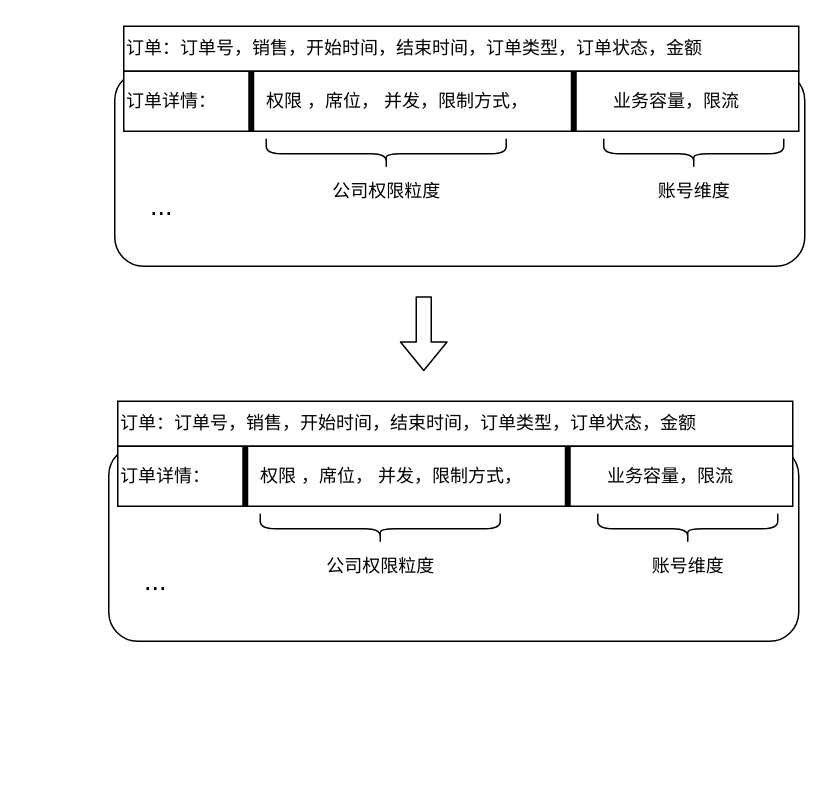
yindongjun/gangzhang.github.io keeps this draw.io diagram as Order.drawio. Above is the earlier version. Source tidied: cells renumbered, new cells numbered last; positions are measured from the earlier drawing's top-left corner, leaving out a move shared by most shapes. Both pictures are drawn from the tidied source at 150%, with x=0, y=0 at pixel (108, 26).
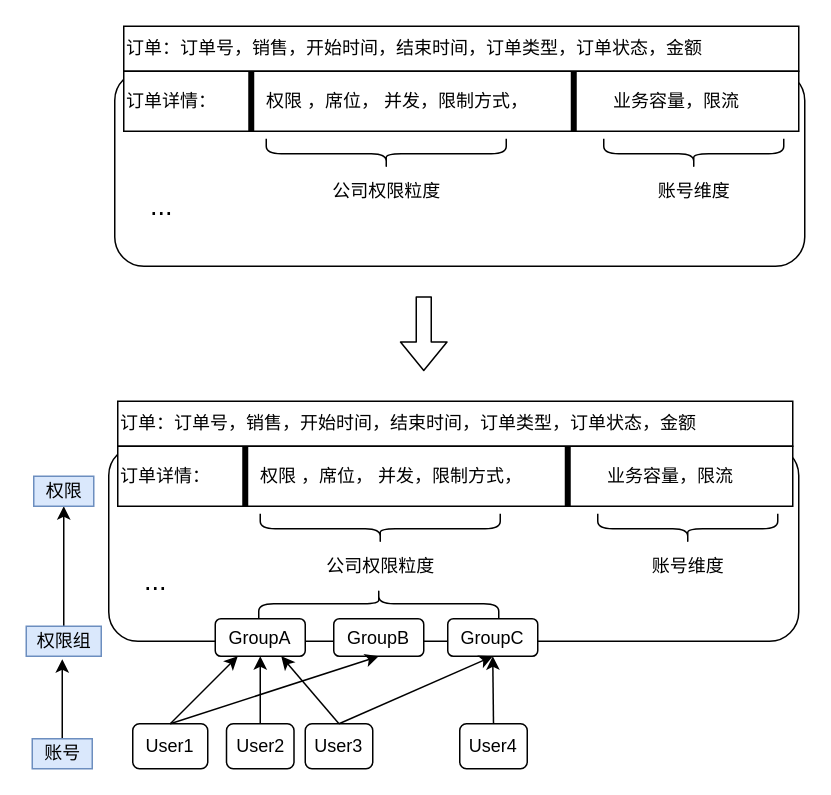
After the change.

Diff of the diagram source:
```diff
@@
+    <mxCell id="23" style="shape=curlyBracket;whiteSpace=wrap;html=1;rounded=1;rotation=90;" parent="1" vertex="1">
+      <mxGeometry x="170" y="305" width="20" height="160" as="geometry" />
+    </mxCell>
+    <mxCell id="24" value="GroupA" style="rounded=1;whiteSpace=wrap;html=1;" parent="1" vertex="1">
+      <mxGeometry x="71" y="395" width="60" height="25" as="geometry" />
+    </mxCell>
+    <mxCell id="25" value="GroupB" style="rounded=1;whiteSpace=wrap;html=1;" parent="1" vertex="1">
+      <mxGeometry x="150" y="395" width="60" height="25" as="geometry" />
+    </mxCell>
+    <mxCell id="26" value="GroupC" style="rounded=1;whiteSpace=wrap;html=1;" parent="1" vertex="1">
+      <mxGeometry x="226" y="395" width="60" height="25" as="geometry" />
+    </mxCell>
+    <mxCell id="27" value="User1" style="rounded=1;whiteSpace=wrap;html=1;" parent="1" vertex="1">
+      <mxGeometry x="16" y="465" width="50" height="30" as="geometry" />
+    </mxCell>
+    <mxCell id="28" style="endArrow=classic;html=1;exitX=0.5;exitY=0;exitDx=0;exitDy=0;entryX=0.25;entryY=1;entryDx=0;entryDy=0;" parent="1" edge="1" source="27" target="24">
+      <mxGeometry relative="1" as="geometry" />
+    </mxCell>
+    <mxCell id="29" style="edgeStyle=orthogonalEdgeStyle;rounded=0;jettySize=auto;html=1;" parent="1" edge="1" source="30" target="24">
+      <mxGeometry relative="1" as="geometry" />
+    </mxCell>
+    <mxCell id="30" value="User2" style="rounded=1;whiteSpace=wrap;html=1;" parent="1" vertex="1">
+      <mxGeometry x="78.5" y="465" width="45" height="30" as="geometry" />
+    </mxCell>
+    <mxCell id="31" value="User3" style="rounded=1;whiteSpace=wrap;html=1;" parent="1" vertex="1">
+      <mxGeometry x="131" y="465" width="45" height="30" as="geometry" />
+    </mxCell>
+    <mxCell id="32" style="endArrow=classic;html=1;exitX=0.5;exitY=0;exitDx=0;exitDy=0;" parent="1" edge="1" source="31">
+      <mxGeometry relative="1" as="geometry">
+        <mxPoint x="115" y="420" as="targetPoint" />
+      </mxGeometry>
+    </mxCell>
+    <mxCell id="33" style="endArrow=classic;html=1;exitX=0.5;exitY=0;exitDx=0;exitDy=0;entryX=0.5;entryY=1;entryDx=0;entryDy=0;" parent="1" edge="1" source="27" target="25">
+      <mxGeometry relative="1" as="geometry" />
+    </mxCell>
+    <mxCell id="34" value="User4" style="rounded=1;whiteSpace=wrap;html=1;" parent="1" vertex="1">
+      <mxGeometry x="234" y="465" width="45" height="30" as="geometry" />
+    </mxCell>
+    <mxCell id="35" style="endArrow=classic;html=1;exitX=0.5;exitY=0;exitDx=0;exitDy=0;entryX=0.5;entryY=1;entryDx=0;entryDy=0;" parent="1" edge="1" source="34" target="26">
+      <mxGeometry relative="1" as="geometry" />
+    </mxCell>
+    <mxCell id="36" style="endArrow=classic;html=1;exitX=0.5;exitY=0;exitDx=0;exitDy=0;entryX=0.5;entryY=1;entryDx=0;entryDy=0;" parent="1" edge="1" source="31" target="26">
+      <mxGeometry relative="1" as="geometry" />
+    </mxCell>
+    <mxCell id="37" style="edgeStyle=orthogonalEdgeStyle;rounded=0;jettySize=auto;html=1;entryX=0.48;entryY=1.1;entryDx=0;entryDy=0;entryPerimeter=0;" parent="1" edge="1" source="38" target="40">
+      <mxGeometry relative="1" as="geometry" />
+    </mxCell>
+    <mxCell id="38" value="账号" style="text;html=1;align=center;verticalAlign=middle;points=[];strokeColor=#6c8ebf;fillColor=#dae8fc;" parent="1" vertex="1">
+      <mxGeometry x="-51" y="475" width="40" height="20" as="geometry" />
+    </mxCell>
+    <mxCell id="39" style="edgeStyle=orthogonalEdgeStyle;rounded=0;jettySize=auto;html=1;" parent="1" edge="1" source="40">
+      <mxGeometry relative="1" as="geometry">
+        <mxPoint x="-30" y="320" as="targetPoint" />
+      </mxGeometry>
+    </mxCell>
+    <mxCell id="40" value="权限组" style="text;html=1;align=center;verticalAlign=middle;points=[];strokeColor=#6c8ebf;fillColor=#dae8fc;" parent="1" vertex="1">
+      <mxGeometry x="-55" y="400" width="50" height="20" as="geometry" />
+    </mxCell>
+    <mxCell id="41" value="权限" style="text;html=1;align=center;verticalAlign=middle;strokeColor=#6c8ebf;fillColor=#dae8fc;" parent="1" vertex="1">
+      <mxGeometry x="-50" y="300" width="40" height="20" as="geometry" />
+    </mxCell>
```
